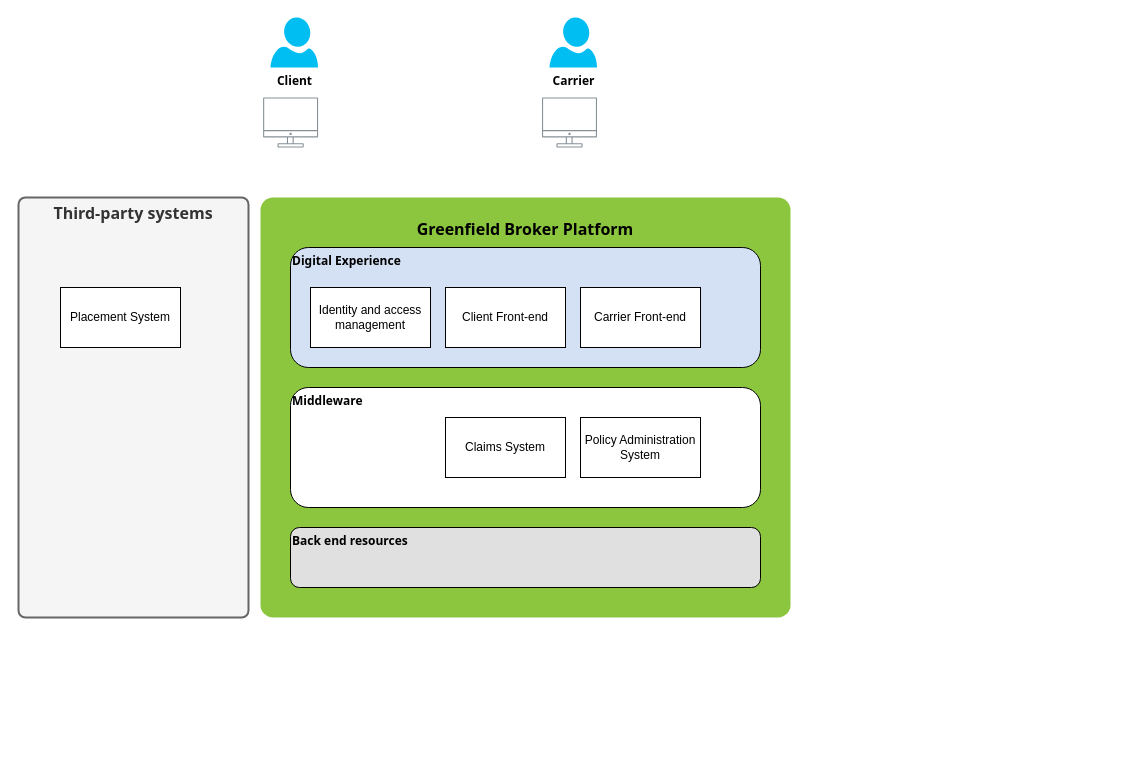
The draw.io diagram page "Page-2" (2 of 2) of Untitled Diagram.drawio in michaelmorar/diagrams, before the edit. Source tidied: cells renumbered, new cells numbered last; positions are measured from the earlier drawing's top-left corner, leaving out a move shared by most shapes. Both pictures are drawn from the tidied source at 100%, with x=0, y=0 at pixel (18, 17).
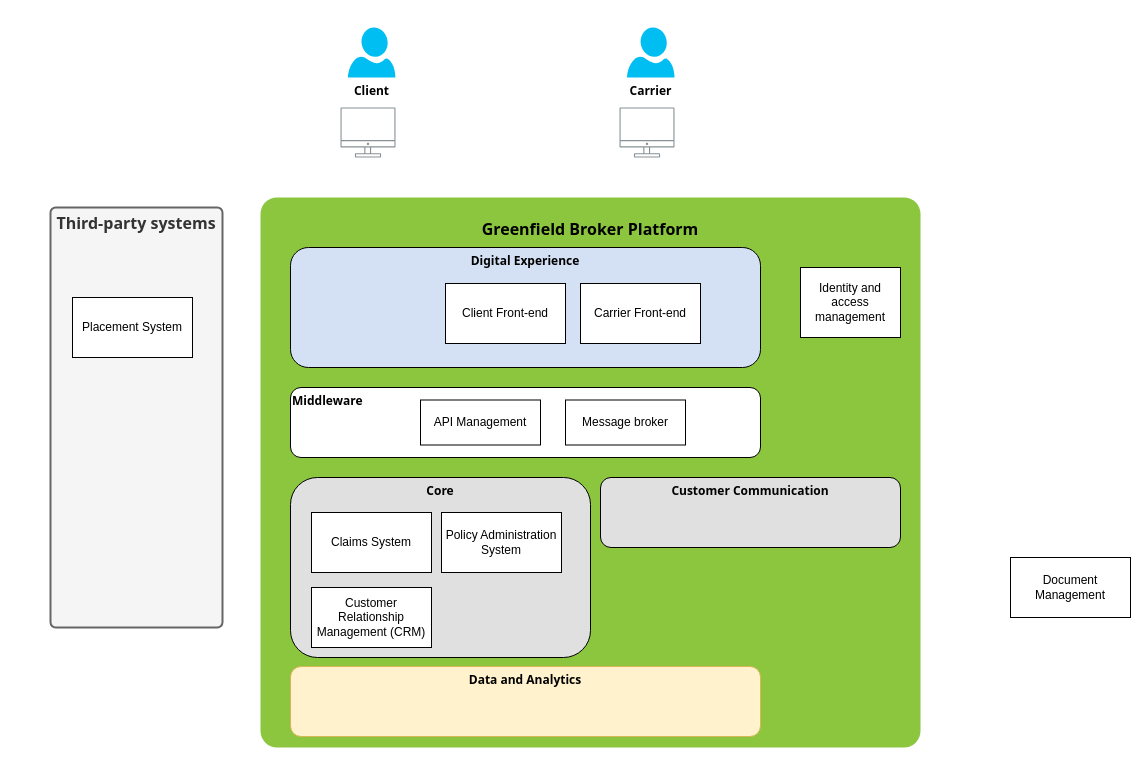
Above is the later version.

Change to the diagram source:
```diff
@@
     <mxCell id="2" value="&lt;h2&gt;&lt;font style=&quot;font-size: 16px;&quot; face=&quot;Tahoma&quot;&gt;&lt;b&gt;Greenfield Broker Platform&lt;/b&gt;&lt;/font&gt;&lt;/h2&gt;" style="rounded=1;whiteSpace=wrap;html=1;shadow=0;strokeWidth=2;fillColor=#8BC63E;fontSize=12;fontColor=#000000;align=center;strokeColor=none;arcSize=3;verticalAlign=top;" parent="1" vertex="1">
-      <mxGeometry x="242" y="180" width="530" height="420" as="geometry" />
+      <mxGeometry x="242" y="180" width="660" height="550" as="geometry" />
     </mxCell>
     <mxCell id="3" value="&lt;font face=&quot;Tahoma&quot;&gt;&lt;b&gt;Client&lt;/b&gt;&lt;/font&gt;" style="verticalLabelPosition=bottom;html=1;verticalAlign=top;align=center;strokeColor=none;fillColor=#00BEF2;shape=mxgraph.azure.user;" parent="1" vertex="1">
-      <mxGeometry x="252" width="47.5" height="50" as="geometry" />
+      <mxGeometry x="329.4" y="10" width="47.5" height="50" as="geometry" />
     </mxCell>
     <mxCell id="4" value="Carrier" style="verticalLabelPosition=bottom;html=1;verticalAlign=top;align=center;strokeColor=none;fillColor=#00BEF2;shape=mxgraph.azure.user;fontFamily=Tahoma;fontStyle=1;" parent="1" vertex="1">
-      <mxGeometry x="531" width="47.5" height="50" as="geometry" />
+      <mxGeometry x="608.5" y="10" width="47.5" height="50" as="geometry" />
     </mxCell>
     <mxCell id="5" style="sketch=0;gradientColor=none;fontColor=#545B64;strokeColor=none;fillColor=#879196;dashed=0;verticalLabelPosition=bottom;verticalAlign=top;align=center;html=1;fontSize=12;fontStyle=0;shape=mxgraph.aws4.illustration_desktop;" parent="1" vertex="1">
-      <mxGeometry x="244.6" y="80" width="55" height="50" as="geometry" />
+      <mxGeometry x="322" y="90" width="55" height="50" as="geometry" />
     </mxCell>
     <mxCell id="6" style="sketch=0;gradientColor=none;fontColor=#545B64;strokeColor=none;fillColor=#879196;dashed=0;verticalLabelPosition=bottom;verticalAlign=top;align=center;html=1;fontSize=12;fontStyle=0;shape=mxgraph.aws4.illustration_desktop;" parent="1" vertex="1">
-      <mxGeometry x="523.5" y="80" width="55" height="50" as="geometry" />
+      <mxGeometry x="601" y="90" width="55" height="50" as="geometry" />
     </mxCell>
     <mxCell id="7" value="Middleware" style="rounded=1;whiteSpace=wrap;html=1;verticalAlign=top;align=left;fontStyle=1;fontFamily=Tahoma;" parent="1" vertex="1">
-      <mxGeometry x="272" y="370" width="470" height="120" as="geometry" />
+      <mxGeometry x="272" y="370" width="470" height="70" as="geometry" />
     </mxCell>
-    <mxCell id="8" value="Digital Experience" style="rounded=1;whiteSpace=wrap;html=1;verticalAlign=top;align=left;fontFamily=Tahoma;fillColor=#D4E1F5;fontStyle=1;" parent="1" vertex="1">
+    <mxCell id="8" value="Digital Experience" style="rounded=1;whiteSpace=wrap;html=1;verticalAlign=top;align=center;fontFamily=Tahoma;fillColor=#D4E1F5;fontStyle=1;" parent="1" vertex="1">
       <mxGeometry x="272" y="230" width="470" height="120" as="geometry" />
     </mxCell>
-    <mxCell id="9" value="Back end resources" style="rounded=1;whiteSpace=wrap;html=1;fontStyle=1;fontFamily=Tahoma;align=left;verticalAlign=top;fillColor=#E0E0E0;" parent="1" vertex="1">
-      <mxGeometry x="272" y="510" width="470" height="60" as="geometry" />
+    <mxCell id="9" value="Core" style="rounded=1;whiteSpace=wrap;html=1;fontStyle=1;fontFamily=Tahoma;align=center;verticalAlign=top;fillColor=#E0E0E0;" parent="1" vertex="1">
+      <mxGeometry x="272" y="460" width="300" height="180" as="geometry" />
     </mxCell>
     <mxCell id="10" value="Identity and access management" style="rounded=0;whiteSpace=wrap;html=1;" parent="1" vertex="1">
-      <mxGeometry x="292" y="270" width="120" height="60" as="geometry" />
+      <mxGeometry x="782" y="250" width="100" height="70" as="geometry" />
     </mxCell>
     <mxCell id="11" value="Client Front-end" style="rounded=0;whiteSpace=wrap;html=1;" parent="1" vertex="1">
-      <mxGeometry x="427" y="270" width="120" height="60" as="geometry" />
+      <mxGeometry x="427" y="266" width="120" height="60" as="geometry" />
     </mxCell>
     <mxCell id="12" value="Third-party systems" style="rounded=1;whiteSpace=wrap;html=1;shadow=0;strokeWidth=2;fillColor=#f5f5f5;fontSize=16;fontColor=#333333;align=center;strokeColor=#666666;arcSize=3;verticalAlign=top;fontFamily=Tahoma;fontStyle=1;" parent="1" vertex="1">
-      <mxGeometry y="180" width="230" height="420" as="geometry" />
+      <mxGeometry x="32" y="190" width="172" height="420" as="geometry" />
     </mxCell>
     <mxCell id="13" value="Carrier Front-end" style="rounded=0;whiteSpace=wrap;html=1;" parent="1" vertex="1">
-      <mxGeometry x="562" y="270" width="120" height="60" as="geometry" />
+      <mxGeometry x="562" y="266" width="120" height="60" as="geometry" />
     </mxCell>
     <mxCell id="14" value="Policy Administration System" style="rounded=0;whiteSpace=wrap;html=1;" parent="1" vertex="1">
-      <mxGeometry x="562" y="400" width="120" height="60" as="geometry" />
+      <mxGeometry x="423" y="495" width="120" height="60" as="geometry" />
     </mxCell>
     <mxCell id="15" value="Claims System" style="rounded=0;whiteSpace=wrap;html=1;" parent="1" vertex="1">
-      <mxGeometry x="427" y="400" width="120" height="60" as="geometry" />
+      <mxGeometry x="293" y="495" width="120" height="60" as="geometry" />
     </mxCell>
     <mxCell id="16" value="Placement System" style="rounded=0;whiteSpace=wrap;html=1;" parent="1" vertex="1">
-      <mxGeometry x="42" y="270" width="120" height="60" as="geometry" />
+      <mxGeometry x="54" y="280" width="120" height="60" as="geometry" />
     </mxCell>
+    <mxCell id="17" value="Customer Relationship Management (CRM)" style="rounded=0;whiteSpace=wrap;html=1;" parent="1" vertex="1">
+      <mxGeometry x="293" y="570" width="120" height="60" as="geometry" />
+    </mxCell>
+    <mxCell id="18" value="Data and Analytics" style="rounded=1;whiteSpace=wrap;html=1;fontStyle=1;fontFamily=Tahoma;align=center;verticalAlign=top;fillColor=#fff2cc;strokeColor=#d6b656;" parent="1" vertex="1">
+      <mxGeometry x="272" y="649" width="470" height="70" as="geometry" />
+    </mxCell>
+    <mxCell id="19" value="Document Management" style="rounded=0;whiteSpace=wrap;html=1;" parent="1" vertex="1">
+      <mxGeometry x="992" y="540" width="120" height="60" as="geometry" />
+    </mxCell>
+    <mxCell id="20" value="API Management" style="rounded=0;whiteSpace=wrap;html=1;" parent="1" vertex="1">
+      <mxGeometry x="402" y="382.5" width="120" height="45" as="geometry" />
+    </mxCell>
+    <mxCell id="21" value="Message broker" style="rounded=0;whiteSpace=wrap;html=1;" parent="1" vertex="1">
+      <mxGeometry x="547" y="382.5" width="120" height="45" as="geometry" />
+    </mxCell>
+    <mxCell id="22" value="Customer Communication" style="rounded=1;whiteSpace=wrap;html=1;fontStyle=1;fontFamily=Tahoma;align=center;verticalAlign=top;fillColor=#E0E0E0;" parent="1" vertex="1">
+      <mxGeometry x="582" y="460" width="300" height="70" as="geometry" />
+    </mxCell>
```
